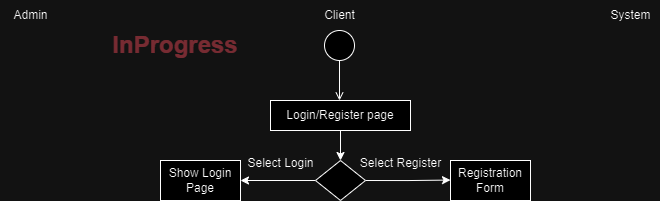
This is ZDeliverActivityDiagram.png from Yaq0ub/ZDeliver, a draw.io export, as it was before one commit. Source tidied: cells renumbered, new cells last; positions are measured from the earlier drawing's top-left corner, leaving out a move shared by most shapes. Its diagram source:
```xml
<mxGraphModel>
  <root>
    <mxCell id="0" />
    <mxCell id="1" parent="0" />
    <mxCell id="2" style="ellipse;html=1;" parent="1" vertex="1">
      <mxGeometry x="324" y="30" width="30" height="30" as="geometry" />
    </mxCell>
    <mxCell id="3" style="endArrow=open;html=1;rounded=0;align=center;verticalAlign=top;endFill=0;labelBackgroundColor=none;endSize=6;exitX=0.5;exitY=1;exitDx=0;exitDy=0;" parent="1" edge="1" source="2">
      <mxGeometry relative="1" as="geometry">
        <mxPoint x="339" y="100" as="targetPoint" />
      </mxGeometry>
    </mxCell>
    <mxCell id="4" value="Client" style="text;html=1;align=center;verticalAlign=middle;strokeColor=none;fillColor=none;" parent="1" vertex="1">
      <mxGeometry x="314" width="50" height="30" as="geometry" />
    </mxCell>
    <mxCell id="5" value="System" style="text;html=1;align=center;verticalAlign=middle;strokeColor=none;fillColor=none;" parent="1" vertex="1">
      <mxGeometry x="600" width="60" height="30" as="geometry" />
    </mxCell>
    <mxCell id="6" value="Admin" style="text;html=1;align=center;verticalAlign=middle;strokeColor=none;fillColor=none;" parent="1" vertex="1">
      <mxGeometry width="60" height="30" as="geometry" />
    </mxCell>
    <mxCell id="7" value="Login/Register page" style="rounded=0;whiteSpace=wrap;html=1;" parent="1" vertex="1">
      <mxGeometry x="270" y="100" width="140" height="30" as="geometry" />
    </mxCell>
    <mxCell id="8" style="edgeStyle=orthogonalEdgeStyle;rounded=0;jettySize=auto;html=1;exitX=0;exitY=0.5;exitDx=0;exitDy=0;entryX=1;entryY=0.5;entryDx=0;entryDy=0;" parent="1" edge="1" source="10" target="12">
      <mxGeometry relative="1" as="geometry" />
    </mxCell>
    <mxCell id="9" style="edgeStyle=orthogonalEdgeStyle;rounded=0;jettySize=auto;html=1;exitX=1;exitY=0.5;exitDx=0;exitDy=0;" parent="1" edge="1" source="10">
      <mxGeometry relative="1" as="geometry">
        <mxPoint x="450" y="179.6" as="targetPoint" />
      </mxGeometry>
    </mxCell>
    <mxCell id="10" style="rhombus;whiteSpace=wrap;html=1;" parent="1" vertex="1">
      <mxGeometry x="315" y="160" width="50" height="40" as="geometry" />
    </mxCell>
    <mxCell id="11" style="endArrow=classic;html=1;rounded=0;exitX=0.5;exitY=1;exitDx=0;exitDy=0;entryX=0.5;entryY=0;entryDx=0;entryDy=0;" parent="1" edge="1" source="7" target="10">
      <mxGeometry relative="1" as="geometry" />
    </mxCell>
    <mxCell id="12" value="Show Login Page" style="rounded=0;whiteSpace=wrap;html=1;" parent="1" vertex="1">
      <mxGeometry x="160" y="160" width="80" height="40" as="geometry" />
    </mxCell>
    <mxCell id="13" value="Select Login" style="text;html=1;align=center;verticalAlign=middle;strokeColor=none;fillColor=none;" parent="1" vertex="1">
      <mxGeometry x="235" y="148" width="90" height="30" as="geometry" />
    </mxCell>
    <mxCell id="14" value="Select Register" style="text;html=1;align=center;verticalAlign=middle;strokeColor=none;fillColor=none;" parent="1" vertex="1">
      <mxGeometry x="350" y="148" width="100" height="30" as="geometry" />
    </mxCell>
    <mxCell id="15" value="Registration Form" style="rounded=0;whiteSpace=wrap;html=1;" parent="1" vertex="1">
      <mxGeometry x="450" y="160" width="80" height="40" as="geometry" />
    </mxCell>
    <mxCell id="16" value="&lt;h1&gt;&lt;font color=&quot;#ffb3ba&quot;&gt;&lt;b&gt;InProgress&lt;/b&gt;&lt;/font&gt;&lt;/h1&gt;" style="text;html=1;strokeColor=none;fillColor=none;align=center;verticalAlign=middle;whiteSpace=wrap;rounded=0;" parent="1" vertex="1">
      <mxGeometry x="120" y="20" width="110" height="50" as="geometry" />
    </mxCell>
  </root>
</mxGraphModel>
```
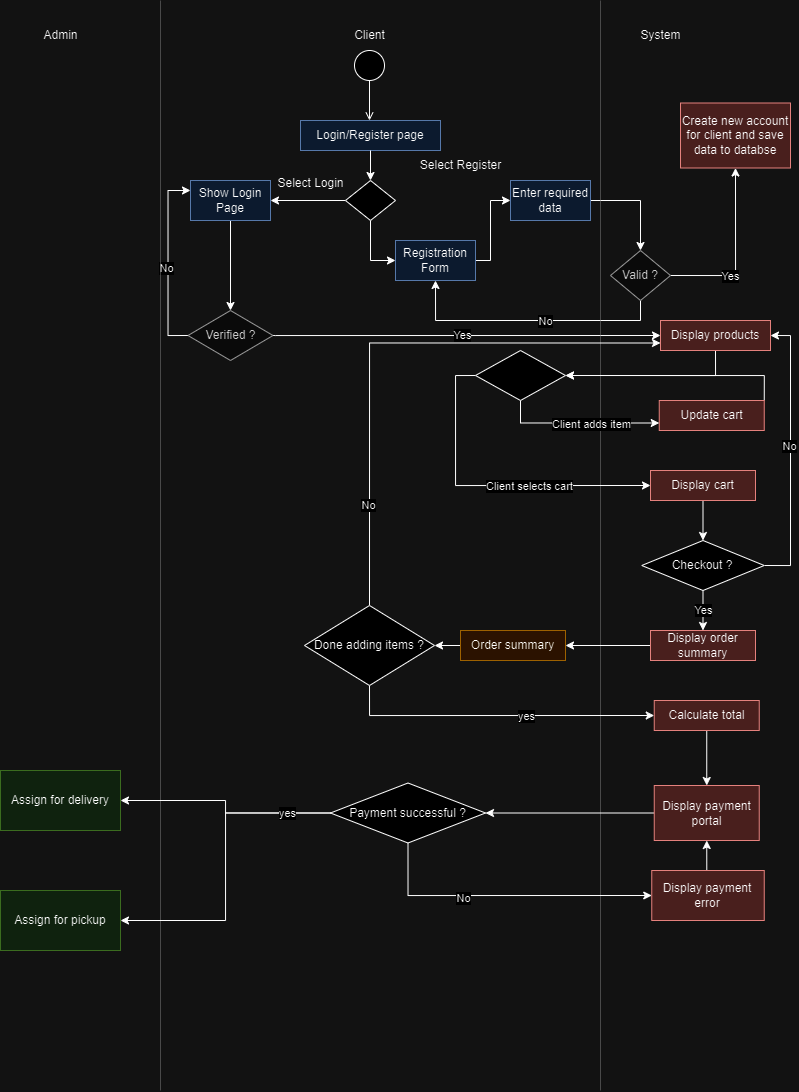
The same diagram one commit later.

Commit message:
Added activity diagram

Diff of the diagram source:
```diff
@@ -19,16 +19,14 @@
     <mxCell id="6" value="Admin" style="text;html=1;align=center;verticalAlign=middle;strokeColor=none;fillColor=none;" parent="1" vertex="1">
       <mxGeometry width="60" height="30" as="geometry" />
     </mxCell>
-    <mxCell id="7" value="Login/Register page" style="rounded=0;whiteSpace=wrap;html=1;" parent="1" vertex="1">
+    <mxCell id="7" value="Login/Register page" style="rounded=0;whiteSpace=wrap;html=1;fillColor=#dae8fc;strokeColor=#6c8ebf;" parent="1" vertex="1">
       <mxGeometry x="270" y="100" width="140" height="30" as="geometry" />
     </mxCell>
     <mxCell id="8" style="edgeStyle=orthogonalEdgeStyle;rounded=0;jettySize=auto;html=1;exitX=0;exitY=0.5;exitDx=0;exitDy=0;entryX=1;entryY=0.5;entryDx=0;entryDy=0;" parent="1" edge="1" source="10" target="12">
       <mxGeometry relative="1" as="geometry" />
     </mxCell>
-    <mxCell id="9" style="edgeStyle=orthogonalEdgeStyle;rounded=0;jettySize=auto;html=1;exitX=1;exitY=0.5;exitDx=0;exitDy=0;" parent="1" edge="1" source="10">
-      <mxGeometry relative="1" as="geometry">
-        <mxPoint x="450" y="179.6" as="targetPoint" />
-      </mxGeometry>
+    <mxCell id="9" style="edgeStyle=orthogonalEdgeStyle;rounded=0;jettySize=auto;html=1;exitX=0.5;exitY=1;exitDx=0;exitDy=0;entryX=0;entryY=0.5;entryDx=0;entryDy=0;" parent="1" edge="1" source="10" target="15">
+      <mxGeometry relative="1" as="geometry" />
     </mxCell>
     <mxCell id="10" style="rhombus;whiteSpace=wrap;html=1;" parent="1" vertex="1">
       <mxGeometry x="315" y="160" width="50" height="40" as="geometry" />
@@ -36,20 +34,200 @@
     <mxCell id="11" style="endArrow=classic;html=1;rounded=0;exitX=0.5;exitY=1;exitDx=0;exitDy=0;entryX=0.5;entryY=0;entryDx=0;entryDy=0;" parent="1" edge="1" source="7" target="10">
       <mxGeometry relative="1" as="geometry" />
     </mxCell>
+    <mxCell id="17" style="edgeStyle=orthogonalEdgeStyle;rounded=0;jettySize=auto;html=1;exitX=0.5;exitY=1;exitDx=0;exitDy=0;entryX=0.5;entryY=0;entryDx=0;entryDy=0;" parent="1" edge="1" source="12" target="33">
+      <mxGeometry relative="1" as="geometry" />
+    </mxCell>
-    <mxCell id="12" value="Show Login Page" style="rounded=0;whiteSpace=wrap;html=1;" parent="1" vertex="1">
+    <mxCell id="12" value="Show Login Page" style="rounded=0;whiteSpace=wrap;html=1;fillColor=#dae8fc;strokeColor=#6c8ebf;" parent="1" vertex="1">
       <mxGeometry x="160" y="160" width="80" height="40" as="geometry" />
     </mxCell>
     <mxCell id="13" value="Select Login" style="text;html=1;align=center;verticalAlign=middle;strokeColor=none;fillColor=none;" parent="1" vertex="1">
       <mxGeometry x="235" y="148" width="90" height="30" as="geometry" />
     </mxCell>
     <mxCell id="14" value="Select Register" style="text;html=1;align=center;verticalAlign=middle;strokeColor=none;fillColor=none;" parent="1" vertex="1">
-      <mxGeometry x="350" y="148" width="100" height="30" as="geometry" />
+      <mxGeometry x="380" y="130" width="100" height="30" as="geometry" />
     </mxCell>
+    <mxCell id="18" style="edgeStyle=orthogonalEdgeStyle;rounded=0;jettySize=auto;html=1;exitX=1;exitY=0.5;exitDx=0;exitDy=0;entryX=0;entryY=0.5;entryDx=0;entryDy=0;" parent="1" edge="1" source="15" target="20">
+      <mxGeometry relative="1" as="geometry">
+        <Array as="points">
+          <mxPoint x="460" y="240" />
+          <mxPoint x="460" y="180" />
+        </Array>
+      </mxGeometry>
+    </mxCell>
-    <mxCell id="15" value="Registration Form" style="rounded=0;whiteSpace=wrap;html=1;" parent="1" vertex="1">
-      <mxGeometry x="450" y="160" width="80" height="40" as="geometry" />
+    <mxCell id="15" value="Registration Form" style="rounded=0;whiteSpace=wrap;html=1;fillColor=#dae8fc;strokeColor=#6c8ebf;" parent="1" vertex="1">
+      <mxGeometry x="365" y="220" width="80" height="40" as="geometry" />
     </mxCell>
-    <mxCell id="16" value="&lt;h1&gt;&lt;font color=&quot;#ffb3ba&quot;&gt;&lt;b&gt;InProgress&lt;/b&gt;&lt;/font&gt;&lt;/h1&gt;" style="text;html=1;strokeColor=none;fillColor=none;align=center;verticalAlign=middle;whiteSpace=wrap;rounded=0;" parent="1" vertex="1">
-      <mxGeometry x="120" y="20" width="110" height="50" as="geometry" />
-    </mxCell>
+    <mxCell id="19" style="edgeStyle=orthogonalEdgeStyle;rounded=0;jettySize=auto;html=1;exitX=1;exitY=0.5;exitDx=0;exitDy=0;entryX=0.5;entryY=0;entryDx=0;entryDy=0;" parent="1" edge="1" source="20" target="26">
+      <mxGeometry relative="1" as="geometry" />
+    </mxCell>
+    <mxCell id="20" value="Enter required data" style="rounded=0;whiteSpace=wrap;html=1;fillColor=#dae8fc;strokeColor=#6c8ebf;" parent="1" vertex="1">
+      <mxGeometry x="480" y="160" width="80" height="40" as="geometry" />
+    </mxCell>
+    <mxCell id="21" value="Create new account for client and save data to databse" style="rounded=0;whiteSpace=wrap;html=1;fillColor=#f8cecc;strokeColor=#b85450;" parent="1" vertex="1">
+      <mxGeometry x="650" y="82.5" width="110" height="65" as="geometry" />
+    </mxCell>
+    <mxCell id="22" style="edgeStyle=orthogonalEdgeStyle;rounded=0;jettySize=auto;html=1;exitX=1;exitY=0.5;exitDx=0;exitDy=0;entryX=0.5;entryY=1;entryDx=0;entryDy=0;" parent="1" edge="1" source="26" target="21">
+      <mxGeometry relative="1" as="geometry" />
+    </mxCell>
+    <mxCell id="23" value="Yes" style="edgeLabel;html=1;align=center;verticalAlign=middle;" parent="22" vertex="1">
+      <mxGeometry x="-0.3" relative="1" as="geometry" />
+    </mxCell>
+    <mxCell id="24" style="edgeStyle=orthogonalEdgeStyle;rounded=0;jettySize=auto;html=1;exitX=0.5;exitY=1;exitDx=0;exitDy=0;entryX=0.5;entryY=1;entryDx=0;entryDy=0;" parent="1" edge="1" source="26" target="15">
+      <mxGeometry relative="1" as="geometry" />
+    </mxCell>
+    <mxCell id="25" value="No" style="edgeLabel;html=1;align=center;verticalAlign=middle;" parent="24" vertex="1">
+      <mxGeometry x="-0.13" y="1" relative="1" as="geometry" />
+    </mxCell>
+    <mxCell id="26" value="Valid ?" style="rhombus;whiteSpace=wrap;html=1;fillColor=#f5f5f5;fontColor=#333333;strokeColor=#666666;" parent="1" vertex="1">
+      <mxGeometry x="580" y="230" width="60" height="50" as="geometry" />
+    </mxCell>
+    <mxCell id="27" style="edgeStyle=orthogonalEdgeStyle;rounded=0;jettySize=auto;html=1;exitX=0.5;exitY=1;exitDx=0;exitDy=0;entryX=1;entryY=0.5;entryDx=0;entryDy=0;" parent="1" edge="1" source="28" target="42">
+      <mxGeometry relative="1" as="geometry" />
+    </mxCell>
+    <mxCell id="28" value="Display products" style="rounded=0;whiteSpace=wrap;html=1;fillColor=#f8cecc;strokeColor=#b85450;" parent="1" vertex="1">
+      <mxGeometry x="630" y="300" width="110" height="30" as="geometry" />
+    </mxCell>
+    <mxCell id="29" style="edgeStyle=orthogonalEdgeStyle;rounded=0;jettySize=auto;html=1;exitX=0;exitY=0.5;exitDx=0;exitDy=0;entryX=0;entryY=0.25;entryDx=0;entryDy=0;" parent="1" edge="1" source="33" target="12">
+      <mxGeometry relative="1" as="geometry" />
+    </mxCell>
+    <mxCell id="30" value="No" style="edgeLabel;html=1;align=center;verticalAlign=middle;" parent="29" vertex="1">
+      <mxGeometry x="-0.06" y="2" relative="1" as="geometry" />
+    </mxCell>
+    <mxCell id="31" style="edgeStyle=orthogonalEdgeStyle;rounded=0;jettySize=auto;html=1;exitX=1;exitY=0.5;exitDx=0;exitDy=0;entryX=0;entryY=0.5;entryDx=0;entryDy=0;" parent="1" edge="1" source="33" target="28">
+      <mxGeometry relative="1" as="geometry">
+        <Array as="points">
+          <mxPoint x="245" y="315" />
+        </Array>
+      </mxGeometry>
+    </mxCell>
+    <mxCell id="32" value="Yes" style="edgeLabel;html=1;align=center;verticalAlign=middle;" parent="31" vertex="1">
+      <mxGeometry x="-0.02" y="1" relative="1" as="geometry" />
+    </mxCell>
+    <mxCell id="33" value="Verified ?" style="rhombus;whiteSpace=wrap;html=1;fillColor=#f5f5f5;fontColor=#333333;strokeColor=#666666;" parent="1" vertex="1">
+      <mxGeometry x="157.5" y="290" width="85" height="50" as="geometry" />
+    </mxCell>
+    <mxCell id="34" style="endArrow=none;html=1;rounded=0;strokeColor=#808080;fillColor=#f8cecc;opacity=50;" parent="1" edge="1">
+      <mxGeometry relative="1" as="geometry">
+        <mxPoint x="130" y="1070" as="sourcePoint" />
+        <mxPoint x="130" y="-20" as="targetPoint" />
+      </mxGeometry>
+    </mxCell>
+    <mxCell id="35" style="endArrow=none;html=1;rounded=0;strokeColor=#808080;fillColor=#f8cecc;opacity=50;" parent="1" edge="1">
+      <mxGeometry relative="1" as="geometry">
+        <mxPoint x="570" y="1070" as="sourcePoint" />
+        <mxPoint x="570" y="-20" as="targetPoint" />
+      </mxGeometry>
+    </mxCell>
+    <mxCell id="36" style="edgeStyle=orthogonalEdgeStyle;rounded=0;jettySize=auto;html=1;exitX=1;exitY=0;exitDx=0;exitDy=0;entryX=1;entryY=0.5;entryDx=0;entryDy=0;" parent="1" edge="1" source="37" target="42">
+      <mxGeometry relative="1" as="geometry" />
+    </mxCell>
+    <mxCell id="37" value="Update cart" style="rounded=0;whiteSpace=wrap;html=1;fillColor=#f8cecc;strokeColor=#b85450;" parent="1" vertex="1">
+      <mxGeometry x="628.8" y="380" width="105" height="30" as="geometry" />
+    </mxCell>
+    <mxCell id="38" style="edgeStyle=orthogonalEdgeStyle;rounded=0;jettySize=auto;html=1;exitX=0.5;exitY=1;exitDx=0;exitDy=0;entryX=0;entryY=0.75;entryDx=0;entryDy=0;" parent="1" edge="1" source="42" target="37">
+      <mxGeometry relative="1" as="geometry" />
+    </mxCell>
+    <mxCell id="39" value="Client adds item" style="edgeLabel;html=1;align=center;verticalAlign=middle;" parent="38" vertex="1">
+      <mxGeometry x="0.16" y="-1" relative="1" as="geometry" />
+    </mxCell>
+    <mxCell id="40" style="edgeStyle=orthogonalEdgeStyle;rounded=0;jettySize=auto;html=1;exitX=0;exitY=0.5;exitDx=0;exitDy=0;entryX=0;entryY=0.5;entryDx=0;entryDy=0;" parent="1" edge="1" source="42" target="44">
+      <mxGeometry relative="1" as="geometry" />
+    </mxCell>
+    <mxCell id="41" value="Client selects cart" style="edgeLabel;html=1;align=center;verticalAlign=middle;" parent="40" vertex="1">
+      <mxGeometry x="0.26" relative="1" as="geometry" />
+    </mxCell>
+    <mxCell id="42" style="rhombus;whiteSpace=wrap;html=1;" parent="1" vertex="1">
+      <mxGeometry x="445" y="330" width="90" height="50" as="geometry" />
+    </mxCell>
+    <mxCell id="43" style="edgeStyle=orthogonalEdgeStyle;rounded=0;jettySize=auto;html=1;exitX=0.5;exitY=1;exitDx=0;exitDy=0;entryX=0.5;entryY=0;entryDx=0;entryDy=0;" parent="1" edge="1" source="44" target="49">
+      <mxGeometry relative="1" as="geometry" />
+    </mxCell>
+    <mxCell id="44" value="Display cart" style="rounded=0;whiteSpace=wrap;html=1;fillColor=#f8cecc;strokeColor=#b85450;" parent="1" vertex="1">
+      <mxGeometry x="620" y="450" width="105" height="30" as="geometry" />
+    </mxCell>
+    <mxCell id="45" style="edgeStyle=orthogonalEdgeStyle;rounded=0;jettySize=auto;html=1;exitX=1;exitY=0.5;exitDx=0;exitDy=0;entryX=1;entryY=0.5;entryDx=0;entryDy=0;" parent="1" edge="1" source="49" target="28">
+      <mxGeometry relative="1" as="geometry" />
+    </mxCell>
+    <mxCell id="46" value="No" style="edgeLabel;html=1;align=center;verticalAlign=middle;" parent="45" vertex="1">
+      <mxGeometry x="0.06" y="1" relative="1" as="geometry" />
+    </mxCell>
+    <mxCell id="47" style="edgeStyle=orthogonalEdgeStyle;rounded=0;jettySize=auto;html=1;exitX=0.5;exitY=1;exitDx=0;exitDy=0;entryX=0.5;entryY=0;entryDx=0;entryDy=0;" parent="1" edge="1" source="49" target="51">
+      <mxGeometry relative="1" as="geometry" />
+    </mxCell>
+    <mxCell id="48" value="Yes" style="edgeLabel;html=1;align=center;verticalAlign=middle;" parent="47" vertex="1">
+      <mxGeometry x="-0.05" relative="1" as="geometry" />
+    </mxCell>
+    <mxCell id="49" value="Checkout ?" style="rhombus;whiteSpace=wrap;html=1;" parent="1" vertex="1">
+      <mxGeometry x="611.2" y="520" width="122.5" height="50" as="geometry" />
+    </mxCell>
+    <mxCell id="50" style="edgeStyle=orthogonalEdgeStyle;rounded=0;jettySize=auto;html=1;exitX=0;exitY=0.5;exitDx=0;exitDy=0;entryX=1;entryY=0.5;entryDx=0;entryDy=0;" parent="1" edge="1" source="51" target="53">
+      <mxGeometry relative="1" as="geometry" />
+    </mxCell>
+    <mxCell id="51" value="Display order summary" style="rounded=0;whiteSpace=wrap;html=1;fillColor=#f8cecc;strokeColor=#b85450;" parent="1" vertex="1">
+      <mxGeometry x="620" y="610" width="105" height="30" as="geometry" />
+    </mxCell>
+    <mxCell id="52" style="edgeStyle=orthogonalEdgeStyle;rounded=0;jettySize=auto;html=1;exitX=0;exitY=0.5;exitDx=0;exitDy=0;entryX=1;entryY=0.5;entryDx=0;entryDy=0;" parent="1" edge="1" source="53" target="60">
+      <mxGeometry relative="1" as="geometry" />
+    </mxCell>
+    <mxCell id="53" value="Order summary" style="rounded=0;whiteSpace=wrap;html=1;fillColor=#ffe6cc;strokeColor=#d79b00;" parent="1" vertex="1">
+      <mxGeometry x="430" y="610" width="105" height="30" as="geometry" />
+    </mxCell>
+    <mxCell id="54" style="edgeStyle=orthogonalEdgeStyle;rounded=0;jettySize=auto;html=1;exitX=0.5;exitY=1;exitDx=0;exitDy=0;entryX=0.5;entryY=0;entryDx=0;entryDy=0;" parent="1" edge="1" source="55" target="62">
+      <mxGeometry relative="1" as="geometry" />
+    </mxCell>
+    <mxCell id="55" value="Calculate total" style="rounded=0;whiteSpace=wrap;html=1;fillColor=#f8cecc;strokeColor=#b85450;" parent="1" vertex="1">
+      <mxGeometry x="623.8" y="680" width="105" height="30" as="geometry" />
+    </mxCell>
+    <mxCell id="56" style="edgeStyle=orthogonalEdgeStyle;rounded=0;jettySize=auto;html=1;exitX=0.5;exitY=0;exitDx=0;exitDy=0;entryX=0;entryY=0.75;entryDx=0;entryDy=0;" parent="1" edge="1" source="60" target="28">
+      <mxGeometry relative="1" as="geometry" />
+    </mxCell>
+    <mxCell id="57" value="No" style="edgeLabel;html=1;align=center;verticalAlign=middle;" parent="56" vertex="1">
+      <mxGeometry x="-0.63" y="1" relative="1" as="geometry" />
+    </mxCell>
+    <mxCell id="58" style="edgeStyle=orthogonalEdgeStyle;rounded=0;jettySize=auto;html=1;exitX=0.5;exitY=1;exitDx=0;exitDy=0;entryX=0;entryY=0.5;entryDx=0;entryDy=0;" parent="1" edge="1" source="60" target="55">
+      <mxGeometry relative="1" as="geometry" />
+    </mxCell>
+    <mxCell id="59" value="yes" style="edgeLabel;html=1;align=center;verticalAlign=middle;" parent="58" vertex="1">
+      <mxGeometry x="0.18" y="-1" relative="1" as="geometry" />
+    </mxCell>
+    <mxCell id="60" value="Done adding items ?" style="rhombus;whiteSpace=wrap;html=1;" parent="1" vertex="1">
+      <mxGeometry x="274" y="585" width="130" height="80" as="geometry" />
+    </mxCell>
+    <mxCell id="61" style="edgeStyle=orthogonalEdgeStyle;rounded=0;jettySize=auto;html=1;exitX=0;exitY=0.5;exitDx=0;exitDy=0;entryX=1;entryY=0.5;entryDx=0;entryDy=0;" parent="1" edge="1" source="62" target="70">
+      <mxGeometry relative="1" as="geometry" />
+    </mxCell>
+    <mxCell id="62" value="Display payment portal" style="rounded=0;whiteSpace=wrap;html=1;fillColor=#f8cecc;strokeColor=#b85450;" parent="1" vertex="1">
+      <mxGeometry x="623.8" y="765" width="105" height="55" as="geometry" />
+    </mxCell>
+    <mxCell id="63" value="Assign for delivery" style="rounded=0;whiteSpace=wrap;html=1;fillColor=#d5e8d4;strokeColor=#82b366;" parent="1" vertex="1">
+      <mxGeometry x="-30" y="750" width="120" height="60" as="geometry" />
+    </mxCell>
+    <mxCell id="64" value="Assign for pickup" style="rounded=0;whiteSpace=wrap;html=1;fillColor=#d5e8d4;strokeColor=#82b366;" parent="1" vertex="1">
+      <mxGeometry x="-30" y="870" width="120" height="60" as="geometry" />
+    </mxCell>
+    <mxCell id="65" style="edgeStyle=orthogonalEdgeStyle;rounded=0;jettySize=auto;html=1;exitX=0;exitY=0.5;exitDx=0;exitDy=0;entryX=1;entryY=0.5;entryDx=0;entryDy=0;" parent="1" edge="1" source="70" target="63">
+      <mxGeometry relative="1" as="geometry" />
+    </mxCell>
+    <mxCell id="66" style="edgeStyle=orthogonalEdgeStyle;rounded=0;jettySize=auto;html=1;exitX=0;exitY=0.5;exitDx=0;exitDy=0;entryX=1;entryY=0.5;entryDx=0;entryDy=0;" parent="1" edge="1" source="70" target="64">
+      <mxGeometry relative="1" as="geometry" />
+    </mxCell>
+    <mxCell id="67" value="yes" style="edgeLabel;html=1;align=center;verticalAlign=middle;" parent="66" vertex="1">
+      <mxGeometry x="-0.72" relative="1" as="geometry" />
+    </mxCell>
+    <mxCell id="68" style="edgeStyle=orthogonalEdgeStyle;rounded=0;jettySize=auto;html=1;exitX=0.5;exitY=1;exitDx=0;exitDy=0;entryX=0;entryY=0.5;entryDx=0;entryDy=0;" parent="1" edge="1" source="70" target="72">
+      <mxGeometry relative="1" as="geometry" />
+    </mxCell>
+    <mxCell id="69" value="No" style="edgeLabel;html=1;align=center;verticalAlign=middle;" parent="68" vertex="1">
+      <mxGeometry x="-0.27" y="-2" relative="1" as="geometry" />
+    </mxCell>
+    <mxCell id="70" value="Payment successful ?" style="rhombus;whiteSpace=wrap;html=1;" parent="1" vertex="1">
+      <mxGeometry x="300" y="762.5" width="155" height="60" as="geometry" />
+    </mxCell>
+    <mxCell id="71" style="edgeStyle=orthogonalEdgeStyle;rounded=0;jettySize=auto;html=1;exitX=0.5;exitY=0;exitDx=0;exitDy=0;entryX=0.5;entryY=1;entryDx=0;entryDy=0;" parent="1" edge="1" source="72" target="62">
+      <mxGeometry relative="1" as="geometry" />
+    </mxCell>
+    <mxCell id="72" value="Display payment error" style="rounded=0;whiteSpace=wrap;html=1;fillColor=#f8cecc;strokeColor=#b85450;" parent="1" vertex="1">
+      <mxGeometry x="621.2" y="850" width="112.5" height="50" as="geometry" />
+    </mxCell>
   </root>
 </mxGraphModel>
```
